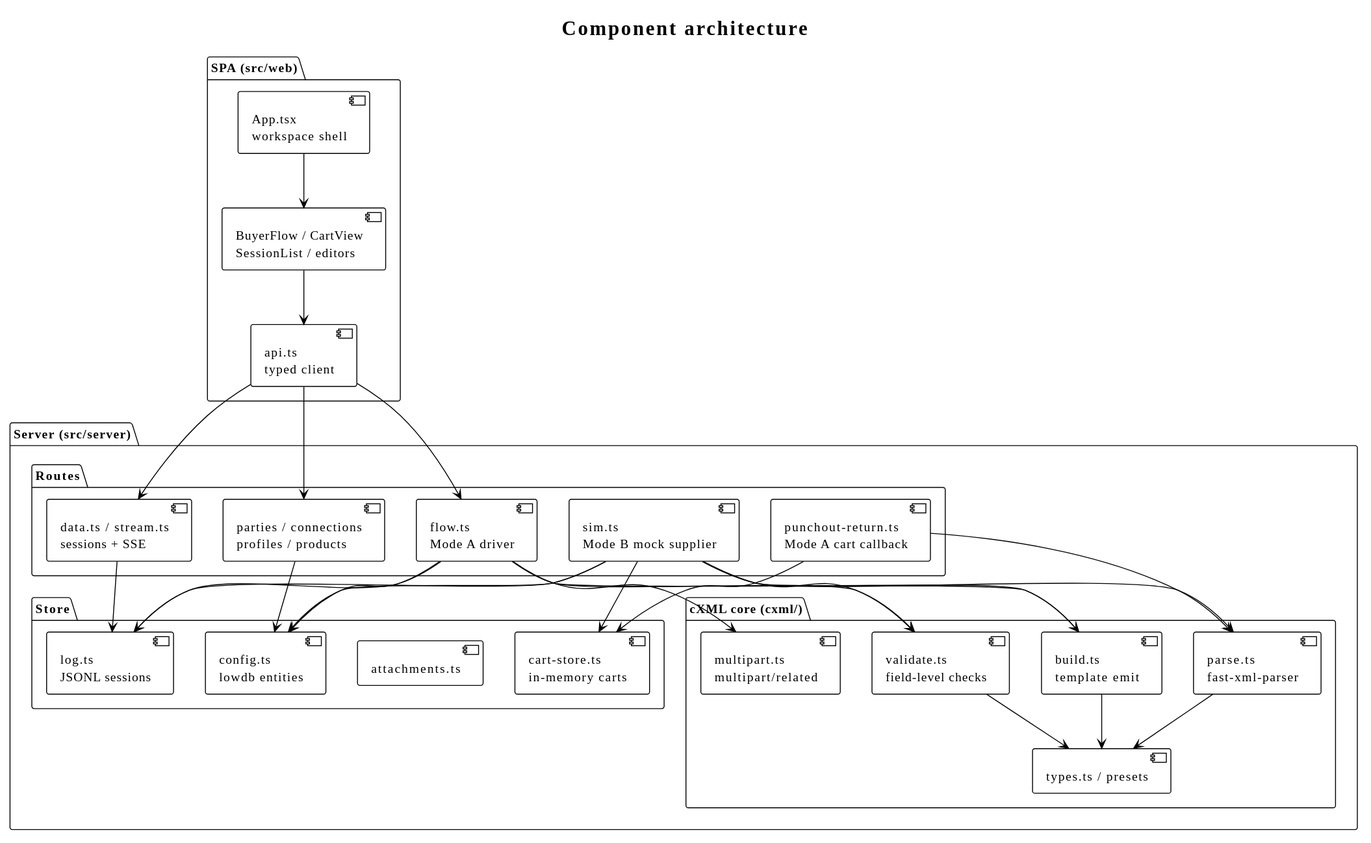
Before: docs/diagrams/component-architecture.svg, a diagram exported from PlantUML (slawomir-szostak/punchout-simulator). The source it was exported from:
```plantuml
@startuml
!theme plain
title Component architecture

package "SPA (src/web)" {
  [App.tsx\nworkspace shell] as App
  [BuyerFlow / CartView\nSessionList / editors] as Comp
  [api.ts\ntyped client] as ApiClient
}

package "Server (src/server)" {
  package "Routes" {
    [parties / connections\nprofiles / products] as CfgRoutes
    [flow.ts\nMode A driver] as Flow
    [sim.ts\nMode B mock supplier] as Sim
    [punchout-return.ts\nMode A cart callback] as Return
    [data.ts / stream.ts\nsessions + SSE] as DataR
  }
  package "cXML core (cxml/)" {
    [build.ts\ntemplate emit] as Build
    [parse.ts\nfast-xml-parser] as Parse
    [validate.ts\nfield-level checks] as Validate
    [multipart.ts\nmultipart/related] as Multi
    [types.ts / presets] as Types
  }
  package "Store" {
    [config.ts\nlowdb entities] as Config
    [log.ts\nJSONL sessions] as Log
    [attachments.ts] as Att
    [cart-store.ts\nin-memory carts] as CartStore
  }
}

App --> Comp
Comp --> ApiClient
ApiClient --> CfgRoutes
ApiClient --> Flow
ApiClient --> DataR

Flow --> Build
Flow --> Validate
Flow --> Log
Return --> Parse
Return --> CartStore
Sim --> Build
Sim --> Parse
Sim --> Validate
Sim --> CartStore
Sim --> Log
CfgRoutes --> Config
Flow --> Config
Sim --> Config
Build --> Types
Parse --> Types
Validate --> Types
Flow --> Multi
DataR --> Log
@enduml
```
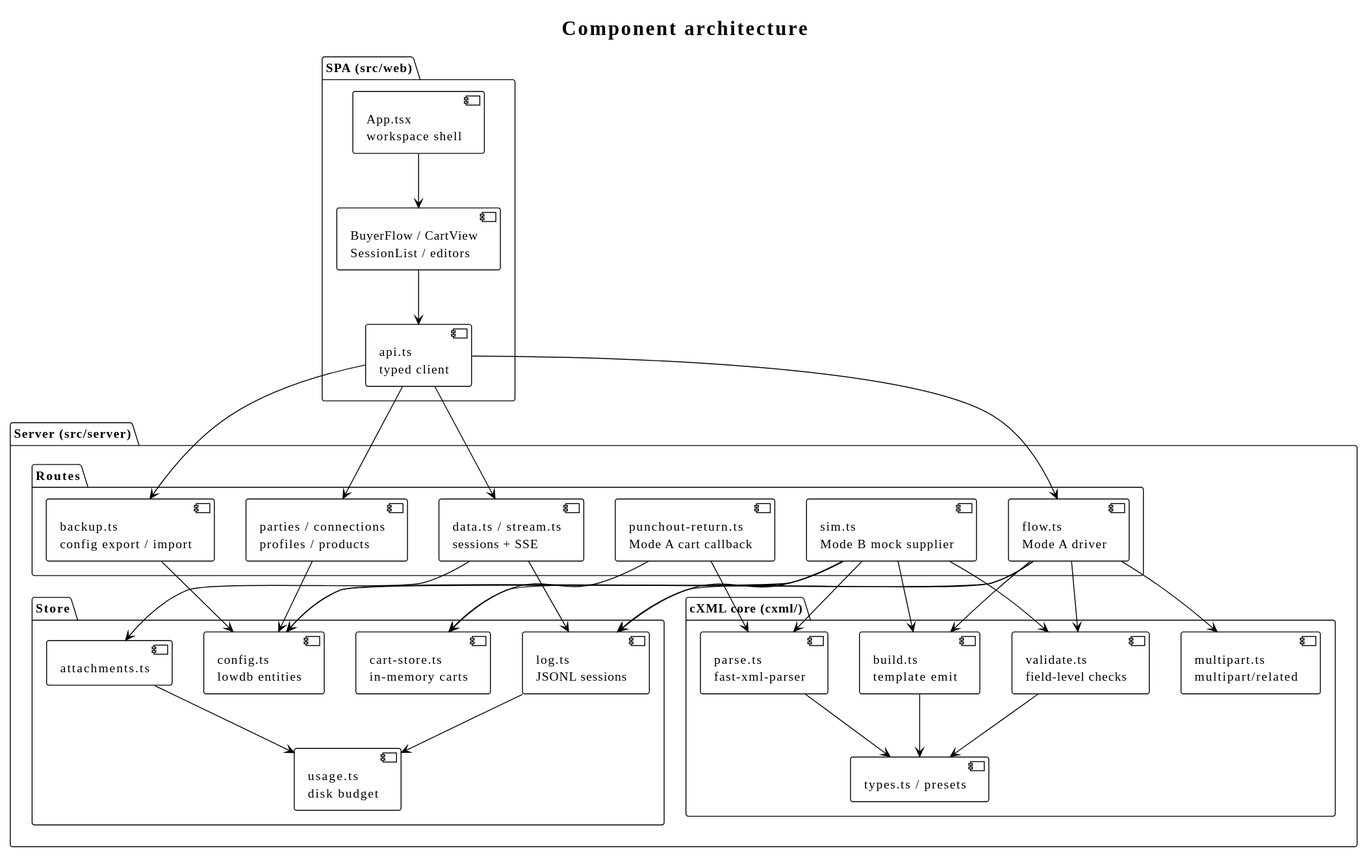
Above is the later version.

What changed in the source:
```diff
@@ -15,6 +15,7 @@
     [sim.ts\nMode B mock supplier] as Sim
     [punchout-return.ts\nMode A cart callback] as Return
     [data.ts / stream.ts\nsessions + SSE] as DataR
+    [backup.ts\nconfig export / import] as Backup
   }
   package "cXML core (cxml/)" {
     [build.ts\ntemplate emit] as Build
@@ -28,6 +29,7 @@
     [log.ts\nJSONL sessions] as Log
     [attachments.ts] as Att
     [cart-store.ts\nin-memory carts] as CartStore
+    [usage.ts\ndisk budget] as Usage
   }
 }
 
@@ -36,6 +38,8 @@
 ApiClient --> CfgRoutes
 ApiClient --> Flow
 ApiClient --> DataR
+ApiClient --> Backup
+Backup --> Config
 
 Flow --> Build
 Flow --> Validate
@@ -55,4 +59,7 @@
 Validate --> Types
 Flow --> Multi
 DataR --> Log
+DataR --> Att
+Log --> Usage
+Att --> Usage
 @enduml
```
